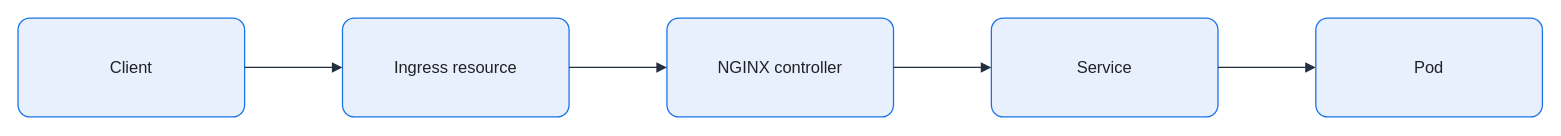
KKamJi98/kkamji98.github.io keeps this draw.io diagram as assets/img/kubernetes/nginx-ingress-controller-flow.drawio. Above is the earlier version. Source tidied: cells renumbered, new cells numbered last; positions are measured from the earlier drawing's top-left corner, leaving out a move shared by most shapes. Both pictures are drawn from the tidied source at 103%, with x=0, y=0 at pixel (18, 18).
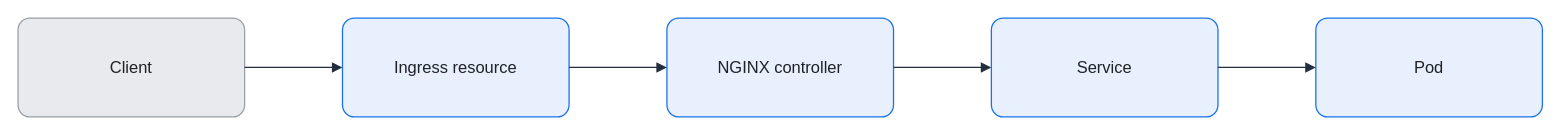
After the change.

What changed in the source:
```diff
@@
 <mxGraphModel background="#FFFFFF">
   <root>
     <mxCell id="0" />
     <mxCell id="1" parent="0" />
-    <mxCell id="2" value="Client" style="rounded=1;arcSize=12;whiteSpace=wrap;html=0;fillColor=#E8F0FE;strokeColor=#1A73E8;strokeWidth=1.25;fontColor=#202124;fontSize=16;align=center;verticalAlign=middle;spacing=8;shadow=0;" parent="1" vertex="1">
+    <mxCell id="2" value="Client" style="rounded=1;arcSize=12;whiteSpace=wrap;html=0;fillColor=#E8EAED;strokeColor=#9AA0A6;strokeWidth=1.25;fontColor=#202124;fontSize=16;align=center;verticalAlign=middle;spacing=8;shadow=0;" parent="1" vertex="1">
       <mxGeometry width="220" height="96" as="geometry" />
     </mxCell>
     <mxCell id="3" value="Ingress resource" style="rounded=1;arcSize=12;whiteSpace=wrap;html=0;fillColor=#E8F0FE;strokeColor=#1A73E8;strokeWidth=1.25;fontColor=#202124;fontSize=16;align=center;verticalAlign=middle;spacing=8;shadow=0;" parent="1" vertex="1">
       <mxGeometry x="315" width="220" height="96" as="geometry" />
     </mxCell>
     <mxCell id="4" value="NGINX controller" style="rounded=1;arcSize=12;whiteSpace=wrap;html=0;fillColor=#E8F0FE;strokeColor=#1A73E8;strokeWidth=1.25;fontColor=#202124;fontSize=16;align=center;verticalAlign=middle;spacing=8;shadow=0;" parent="1" vertex="1">
       <mxGeometry x="630" width="220" height="96" as="geometry" />
     </mxCell>
     <mxCell id="5" value="Service" style="rounded=1;arcSize=12;whiteSpace=wrap;html=0;fillColor=#E8F0FE;strokeColor=#1A73E8;strokeWidth=1.25;fontColor=#202124;fontSize=16;align=center;verticalAlign=middle;spacing=8;shadow=0;" parent="1" vertex="1">
       <mxGeometry x="945" width="220" height="96" as="geometry" />
     </mxCell>
     <mxCell id="6" value="Pod" style="rounded=1;arcSize=12;whiteSpace=wrap;html=0;fillColor=#E8F0FE;strokeColor=#1A73E8;strokeWidth=1.25;fontColor=#202124;fontSize=16;align=center;verticalAlign=middle;spacing=8;shadow=0;" parent="1" vertex="1">
       <mxGeometry x="1260" width="220" height="96" as="geometry" />
     </mxCell>
     <mxCell id="7" style="edgeStyle=orthogonalEdgeStyle;rounded=0;jettySize=auto;html=0;endArrow=block;endFill=1;strokeColor=#232F3E;strokeWidth=1.25;fontColor=#202124;labelBackgroundColor=none;exitX=1;exitY=0.5;exitDx=0;exitDy=0;entryX=0;entryY=0.5;entryDx=0;entryDy=0;endSize=7;" parent="1" edge="1" source="2" target="3">
       <mxGeometry relative="1" as="geometry" />
     </mxCell>
     <mxCell id="8" style="edgeStyle=orthogonalEdgeStyle;rounded=0;jettySize=auto;html=0;endArrow=block;endFill=1;strokeColor=#232F3E;strokeWidth=1.25;fontColor=#202124;labelBackgroundColor=none;exitX=1;exitY=0.5;exitDx=0;exitDy=0;entryX=0;entryY=0.5;entryDx=0;entryDy=0;endSize=7;" parent="1" edge="1" source="3" target="4">
       <mxGeometry relative="1" as="geometry" />
     </mxCell>
     <mxCell id="9" style="edgeStyle=orthogonalEdgeStyle;rounded=0;jettySize=auto;html=0;endArrow=block;endFill=1;strokeColor=#232F3E;strokeWidth=1.25;fontColor=#202124;labelBackgroundColor=none;exitX=1;exitY=0.5;exitDx=0;exitDy=0;entryX=0;entryY=0.5;entryDx=0;entryDy=0;endSize=7;" parent="1" edge="1" source="4" target="5">
       <mxGeometry relative="1" as="geometry" />
     </mxCell>
     <mxCell id="10" style="edgeStyle=orthogonalEdgeStyle;rounded=0;jettySize=auto;html=0;endArrow=block;endFill=1;strokeColor=#232F3E;strokeWidth=1.25;fontColor=#202124;labelBackgroundColor=none;exitX=1;exitY=0.5;exitDx=0;exitDy=0;entryX=0;entryY=0.5;entryDx=0;entryDy=0;endSize=7;" parent="1" edge="1" source="5" target="6">
       <mxGeometry relative="1" as="geometry" />
     </mxCell>
   </root>
 </mxGraphModel>
```
